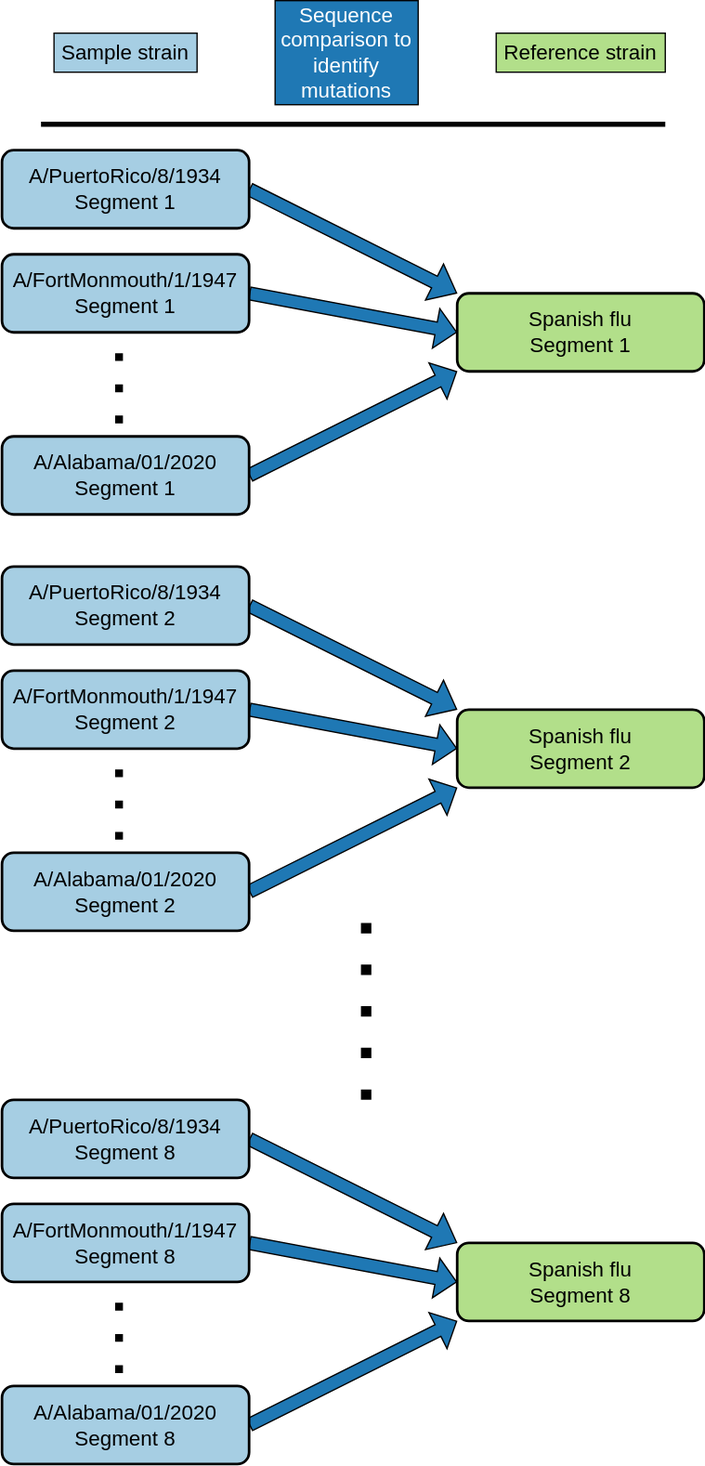
Above: assets/images/comparisons.svg in ivansg44/biof-501-project (draw.io), before the change. Source tidied: cells renumbered, new cells last; positions are measured from the earlier drawing's top-left corner, leaving out a move shared by most shapes.
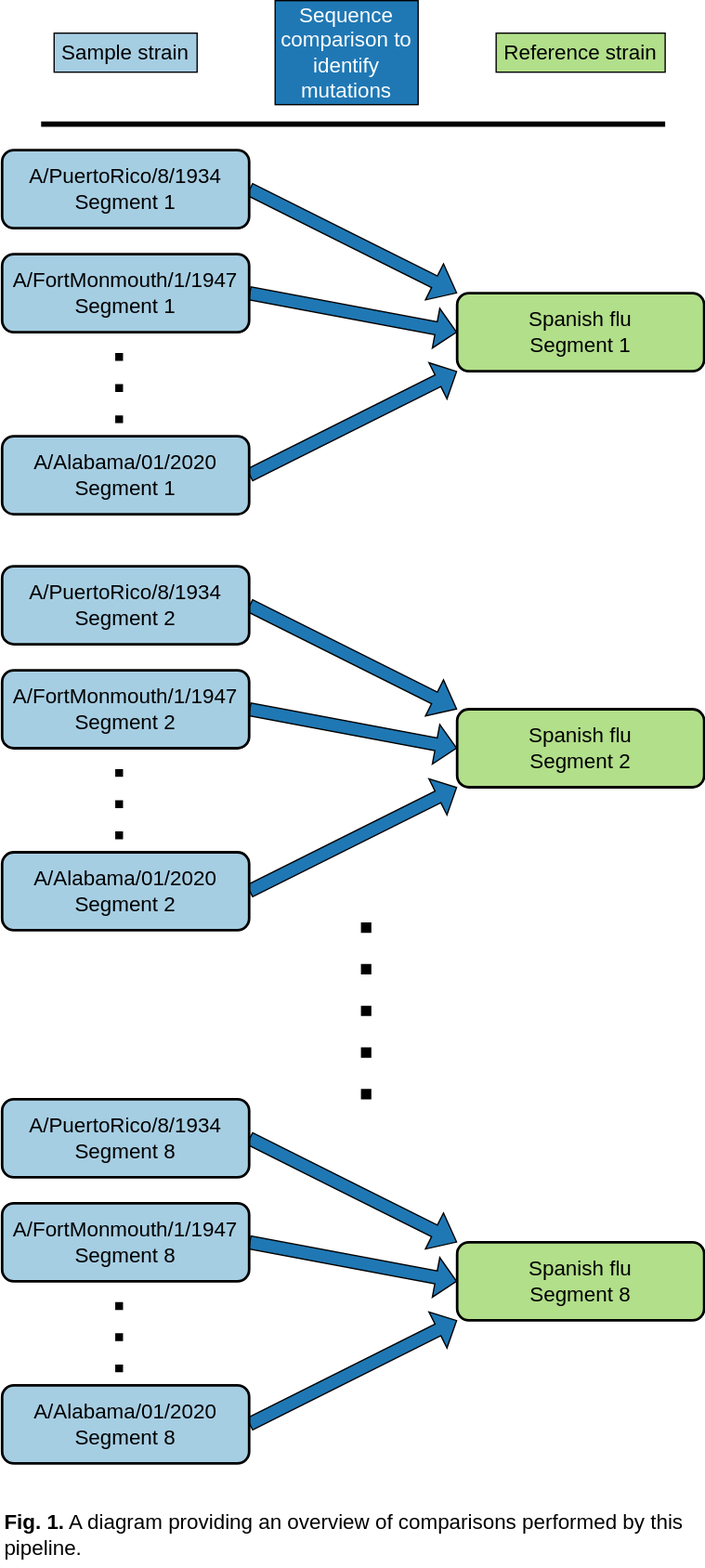
Above is the later version.

What changed in the source:
```diff
@@ -104,5 +104,8 @@
         <mxPoint x="30" y="95" as="targetPoint" />
       </mxGeometry>
     </mxCell>
+    <mxCell id="31" value="&lt;font color=&quot;#000000&quot;&gt;&lt;b&gt;Fig. 1.&lt;/b&gt; A diagram providing an overview of comparisons performed by this pipeline.&lt;/font&gt;" style="text;html=1;strokeColor=none;fillColor=none;align=left;verticalAlign=middle;whiteSpace=wrap;rounded=0;shadow=0;glass=0;labelBorderColor=none;sketch=0;fontSize=16;fontColor=#FFFFFF;" parent="1" vertex="1">
+      <mxGeometry y="1155" width="530" height="50" as="geometry" />
+    </mxCell>
   </root>
 </mxGraphModel>
```
